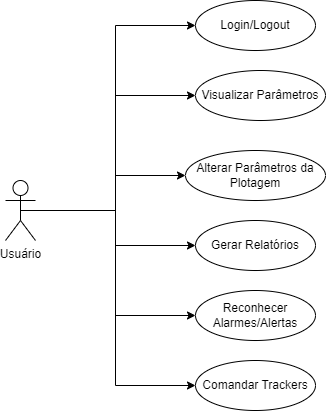
jaedson-barbosa/supervisorio-solar-ufpb-docs keeps this draw.io diagram as Imagem/Diagrama _caso_uso.png. Above is the earlier version. Source tidied: cells renumbered, new cells last; positions are measured from the earlier drawing's top-left corner, leaving out a move shared by most shapes.
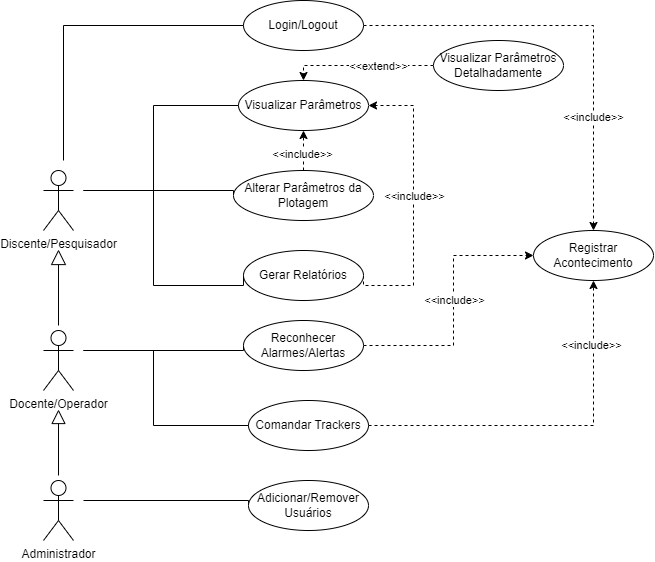
Above is the later version.

What changed in the source:
```diff
@@ -2,54 +2,168 @@
   <root>
     <mxCell id="0" />
     <mxCell id="1" parent="0" />
+    <mxCell id="15" style="edgeStyle=orthogonalEdgeStyle;rounded=0;jettySize=auto;html=1;exitX=1;exitY=0.5;exitDx=0;exitDy=0;entryX=0.5;entryY=0;entryDx=0;entryDy=0;dashed=1;" parent="1" edge="1" source="2" target="37">
+      <mxGeometry relative="1" as="geometry" />
+    </mxCell>
+    <mxCell id="16" value="&amp;lt;&amp;lt;include&amp;gt;&amp;gt;" style="edgeLabel;html=1;align=center;verticalAlign=middle;" parent="15" vertex="1">
+      <mxGeometry x="0.66" y="-3" relative="1" as="geometry">
+        <mxPoint x="3" y="-39" as="offset" />
+      </mxGeometry>
+    </mxCell>
     <mxCell id="2" value="Login/Logout" style="ellipse;whiteSpace=wrap;html=1;" parent="1" vertex="1">
-      <mxGeometry x="190" width="120" height="50" as="geometry" />
+      <mxGeometry x="190" y="-10" width="120" height="50" as="geometry" />
     </mxCell>
     <mxCell id="3" value="Visualizar Parâmetros" style="ellipse;whiteSpace=wrap;html=1;" parent="1" vertex="1">
-      <mxGeometry x="190" y="70" width="130" height="50" as="geometry" />
+      <mxGeometry x="185" y="70" width="130" height="50" as="geometry" />
     </mxCell>
+    <mxCell id="17" style="edgeStyle=orthogonalEdgeStyle;rounded=0;jettySize=auto;html=1;dashed=1;" parent="1" edge="1" source="4" target="3">
+      <mxGeometry relative="1" as="geometry" />
+    </mxCell>
+    <mxCell id="18" value="&amp;lt;&amp;lt;include&amp;gt;&amp;gt;" style="edgeLabel;html=1;align=center;verticalAlign=middle;" parent="17" vertex="1">
+      <mxGeometry x="-0.17" y="1" relative="1" as="geometry" />
+    </mxCell>
     <mxCell id="4" value="Alterar Parâmetros da Plotagem" style="ellipse;whiteSpace=wrap;html=1;" parent="1" vertex="1">
-      <mxGeometry x="180" y="150" width="140" height="50" as="geometry" />
+      <mxGeometry x="180" y="160" width="140" height="50" as="geometry" />
     </mxCell>
+    <mxCell id="19" style="edgeStyle=orthogonalEdgeStyle;rounded=0;jettySize=auto;html=1;exitX=1;exitY=0.5;exitDx=0;exitDy=0;entryX=1;entryY=0.5;entryDx=0;entryDy=0;dashed=1;" parent="1" edge="1" source="5" target="3">
+      <mxGeometry relative="1" as="geometry">
+        <Array as="points">
+          <mxPoint x="360" y="275" />
+          <mxPoint x="360" y="95" />
+        </Array>
+      </mxGeometry>
+    </mxCell>
+    <mxCell id="20" value="&amp;lt;&amp;lt;include&amp;gt;&amp;gt;" style="edgeLabel;html=1;align=center;verticalAlign=middle;" parent="19" vertex="1">
+      <mxGeometry x="-0.07" y="-1" relative="1" as="geometry">
+        <mxPoint y="-17" as="offset" />
+      </mxGeometry>
+    </mxCell>
     <mxCell id="5" value="Gerar Relatórios" style="ellipse;whiteSpace=wrap;html=1;" parent="1" vertex="1">
-      <mxGeometry x="190" y="220" width="120" height="50" as="geometry" />
+      <mxGeometry x="190" y="240" width="120" height="50" as="geometry" />
     </mxCell>
+    <mxCell id="21" style="edgeStyle=orthogonalEdgeStyle;rounded=0;jettySize=auto;html=1;exitX=1;exitY=0.5;exitDx=0;exitDy=0;dashed=1;" parent="1" edge="1" source="6" target="37">
+      <mxGeometry relative="1" as="geometry">
+        <Array as="points">
+          <mxPoint x="400" y="335" />
+          <mxPoint x="400" y="245" />
+        </Array>
+      </mxGeometry>
+    </mxCell>
+    <mxCell id="22" value="&amp;lt;&amp;lt;include&amp;gt;&amp;gt;" style="edgeLabel;html=1;align=center;verticalAlign=middle;" parent="21" vertex="1">
+      <mxGeometry x="0.75" y="3" relative="1" as="geometry">
+        <mxPoint x="-47" y="48" as="offset" />
+      </mxGeometry>
+    </mxCell>
     <mxCell id="6" value="Reconhecer Alarmes/Alertas" style="ellipse;whiteSpace=wrap;html=1;" parent="1" vertex="1">
-      <mxGeometry x="190" y="290" width="120" height="50" as="geometry" />
+      <mxGeometry x="190" y="310" width="120" height="50" as="geometry" />
     </mxCell>
+    <mxCell id="23" style="edgeStyle=orthogonalEdgeStyle;rounded=0;jettySize=auto;html=1;exitX=1;exitY=0.5;exitDx=0;exitDy=0;entryX=0.5;entryY=1;entryDx=0;entryDy=0;dashed=1;" parent="1" edge="1" source="7" target="37">
+      <mxGeometry relative="1" as="geometry">
+        <Array as="points">
+          <mxPoint x="540" y="415" />
+        </Array>
+      </mxGeometry>
+    </mxCell>
+    <mxCell id="24" value="&amp;lt;&amp;lt;include&amp;gt;&amp;gt;" style="edgeLabel;html=1;align=center;verticalAlign=middle;" parent="23" vertex="1">
+      <mxGeometry x="0.51" y="2" relative="1" as="geometry">
+        <mxPoint y="-26" as="offset" />
+      </mxGeometry>
+    </mxCell>
     <mxCell id="7" value="Comandar Trackers" style="ellipse;whiteSpace=wrap;html=1;" parent="1" vertex="1">
-      <mxGeometry x="190" y="360" width="120" height="50" as="geometry" />
+      <mxGeometry x="195" y="390" width="120" height="50" as="geometry" />
     </mxCell>
-    <mxCell id="8" style="edgeStyle=orthogonalEdgeStyle;rounded=0;jettySize=auto;html=1;entryX=0;entryY=0.5;entryDx=0;entryDy=0;exitX=0.5;exitY=0.5;exitDx=0;exitDy=0;exitPerimeter=0;" parent="1" edge="1" source="14" target="2">
-      <mxGeometry relative="1" as="geometry">
-        <Array as="points">
-          <mxPoint x="110" y="210" />
-          <mxPoint x="110" y="25" />
-        </Array>
-      </mxGeometry>
-    </mxCell>
-    <mxCell id="9" style="edgeStyle=orthogonalEdgeStyle;rounded=0;jettySize=auto;html=1;exitX=0.5;exitY=0.5;exitDx=0;exitDy=0;exitPerimeter=0;entryX=0;entryY=0.5;entryDx=0;entryDy=0;" parent="1" edge="1" source="14" target="3">
-      <mxGeometry relative="1" as="geometry" />
-    </mxCell>
-    <mxCell id="10" style="edgeStyle=orthogonalEdgeStyle;rounded=0;jettySize=auto;html=1;exitX=0.5;exitY=0.5;exitDx=0;exitDy=0;exitPerimeter=0;entryX=0;entryY=0.5;entryDx=0;entryDy=0;" parent="1" edge="1" source="14" target="4">
-      <mxGeometry relative="1" as="geometry">
-        <Array as="points">
-          <mxPoint x="110" y="210" />
-          <mxPoint x="110" y="175" />
-        </Array>
-      </mxGeometry>
-    </mxCell>
-    <mxCell id="11" style="edgeStyle=orthogonalEdgeStyle;rounded=0;jettySize=auto;html=1;exitX=0.5;exitY=0.5;exitDx=0;exitDy=0;exitPerimeter=0;entryX=0;entryY=0.5;entryDx=0;entryDy=0;" parent="1" edge="1" source="14" target="5">
-      <mxGeometry relative="1" as="geometry" />
-    </mxCell>
-    <mxCell id="12" style="edgeStyle=orthogonalEdgeStyle;rounded=0;jettySize=auto;html=1;exitX=0.5;exitY=0.5;exitDx=0;exitDy=0;exitPerimeter=0;entryX=0;entryY=0.5;entryDx=0;entryDy=0;" parent="1" edge="1" source="14" target="6">
-      <mxGeometry relative="1" as="geometry" />
-    </mxCell>
-    <mxCell id="13" style="edgeStyle=orthogonalEdgeStyle;rounded=0;jettySize=auto;html=1;exitX=0.5;exitY=0.5;exitDx=0;exitDy=0;exitPerimeter=0;entryX=0;entryY=0.5;entryDx=0;entryDy=0;" parent="1" edge="1" source="14" target="7">
-      <mxGeometry relative="1" as="geometry" />
-    </mxCell>
+    <mxCell id="25" style="edgeStyle=orthogonalEdgeStyle;rounded=0;jettySize=auto;html=1;entryX=0;entryY=0.5;entryDx=0;entryDy=0;endArrow=none;endFill=0;" parent="1" edge="1" target="2">
+      <mxGeometry relative="1" as="geometry">
+        <mxPoint x="10" y="150" as="sourcePoint" />
+        <Array as="points">
+          <mxPoint x="10" y="15" />
+        </Array>
+      </mxGeometry>
+    </mxCell>
+    <mxCell id="26" style="edgeStyle=orthogonalEdgeStyle;rounded=0;jettySize=auto;html=1;entryX=0;entryY=0.5;entryDx=0;entryDy=0;endArrow=none;endFill=0;" parent="1" edge="1" target="3">
+      <mxGeometry relative="1" as="geometry">
+        <mxPoint x="30" y="180" as="sourcePoint" />
+        <Array as="points">
+          <mxPoint x="100" y="180" />
+          <mxPoint x="100" y="95" />
+        </Array>
+      </mxGeometry>
+    </mxCell>
+    <mxCell id="27" style="edgeStyle=orthogonalEdgeStyle;rounded=0;jettySize=auto;html=1;entryX=0;entryY=0.5;entryDx=0;entryDy=0;endArrow=none;endFill=0;" parent="1" edge="1" target="4">
+      <mxGeometry relative="1" as="geometry">
+        <mxPoint x="30" y="180" as="sourcePoint" />
+        <Array as="points">
+          <mxPoint x="180" y="180" />
+        </Array>
+      </mxGeometry>
+    </mxCell>
+    <mxCell id="28" style="edgeStyle=orthogonalEdgeStyle;rounded=0;jettySize=auto;html=1;entryX=0;entryY=0.5;entryDx=0;entryDy=0;endArrow=none;endFill=0;" parent="1" edge="1" target="5">
+      <mxGeometry relative="1" as="geometry">
+        <mxPoint x="40" y="180" as="sourcePoint" />
+        <Array as="points">
+          <mxPoint x="100" y="180" />
+          <mxPoint x="100" y="275" />
+        </Array>
+      </mxGeometry>
+    </mxCell>
-    <mxCell id="14" value="Usuário" style="shape=umlActor;verticalLabelPosition=bottom;verticalAlign=top;html=1;outlineConnect=0;" parent="1" vertex="1">
-      <mxGeometry y="180" width="30" height="60" as="geometry" />
+    <mxCell id="14" value="Discente/Pesquisador&lt;br&gt;" style="shape=umlActor;verticalLabelPosition=bottom;verticalAlign=top;html=1;outlineConnect=0;" parent="1" vertex="1">
+      <mxGeometry x="-10" y="160" width="30" height="60" as="geometry" />
     </mxCell>
+    <mxCell id="29" style="edgeStyle=orthogonalEdgeStyle;rounded=0;jettySize=auto;html=1;endArrow=block;endFill=0;endSize=12;targetPerimeterSpacing=19;sourcePerimeterSpacing=5;" parent="1" edge="1" source="31" target="35">
+      <mxGeometry relative="1" as="geometry" />
+    </mxCell>
+    <mxCell id="30" style="edgeStyle=orthogonalEdgeStyle;rounded=0;jettySize=auto;html=1;entryX=0;entryY=0.5;entryDx=0;entryDy=0;endArrow=none;endFill=0;sourcePerimeterSpacing=11;startSize=11;targetPerimeterSpacing=1;endSize=4;" parent="1" edge="1" target="36">
+      <mxGeometry relative="1" as="geometry">
+        <mxPoint x="30" y="490" as="sourcePoint" />
+        <Array as="points">
+          <mxPoint x="195" y="490" />
+        </Array>
+      </mxGeometry>
+    </mxCell>
+    <mxCell id="31" value="Administrador&lt;br&gt;" style="shape=umlActor;verticalLabelPosition=bottom;verticalAlign=top;html=1;outlineConnect=0;" parent="1" vertex="1">
+      <mxGeometry x="-10" y="470" width="30" height="60" as="geometry" />
+    </mxCell>
+    <mxCell id="32" style="edgeStyle=orthogonalEdgeStyle;rounded=0;jettySize=auto;html=1;entryX=0;entryY=0.5;entryDx=0;entryDy=0;endArrow=none;endFill=0;" parent="1" edge="1" target="6">
+      <mxGeometry relative="1" as="geometry">
+        <mxPoint x="30" y="340" as="sourcePoint" />
+        <Array as="points">
+          <mxPoint x="190" y="340" />
+        </Array>
+      </mxGeometry>
+    </mxCell>
+    <mxCell id="33" style="edgeStyle=orthogonalEdgeStyle;rounded=0;jettySize=auto;html=1;entryX=0;entryY=0.5;entryDx=0;entryDy=0;endArrow=none;endFill=0;" parent="1" edge="1" target="7">
+      <mxGeometry relative="1" as="geometry">
+        <mxPoint x="30" y="340" as="sourcePoint" />
+        <Array as="points">
+          <mxPoint x="100" y="340" />
+          <mxPoint x="100" y="415" />
+        </Array>
+      </mxGeometry>
+    </mxCell>
+    <mxCell id="34" style="edgeStyle=orthogonalEdgeStyle;rounded=0;jettySize=auto;html=1;endArrow=block;endFill=0;targetPerimeterSpacing=19;endSize=13;sourcePerimeterSpacing=5;" parent="1" edge="1" source="35" target="14">
+      <mxGeometry relative="1" as="geometry" />
+    </mxCell>
+    <mxCell id="35" value="Docente/Operador&lt;br&gt;" style="shape=umlActor;verticalLabelPosition=bottom;verticalAlign=top;html=1;outlineConnect=0;" parent="1" vertex="1">
+      <mxGeometry x="-10" y="320" width="30" height="60" as="geometry" />
+    </mxCell>
+    <mxCell id="36" value="Adicionar/Remover Usuários" style="ellipse;whiteSpace=wrap;html=1;" parent="1" vertex="1">
+      <mxGeometry x="195" y="470" width="120" height="50" as="geometry" />
+    </mxCell>
+    <mxCell id="37" value="Registrar Acontecimento" style="ellipse;whiteSpace=wrap;html=1;" parent="1" vertex="1">
+      <mxGeometry x="480" y="220" width="120" height="50" as="geometry" />
+    </mxCell>
+    <mxCell id="38" style="edgeStyle=orthogonalEdgeStyle;rounded=0;jettySize=auto;html=1;exitX=0;exitY=0.5;exitDx=0;exitDy=0;entryX=0.5;entryY=0;entryDx=0;entryDy=0;dashed=1;" parent="1" edge="1" source="40" target="3">
+      <mxGeometry relative="1" as="geometry">
+        <Array as="points">
+          <mxPoint x="250" y="55" />
+        </Array>
+      </mxGeometry>
+    </mxCell>
+    <mxCell id="39" value="&amp;lt;&amp;lt;extend&amp;gt;&amp;gt;" style="edgeLabel;html=1;align=center;verticalAlign=middle;" parent="38" vertex="1">
+      <mxGeometry x="-0.24" y="1" relative="1" as="geometry" />
+    </mxCell>
+    <mxCell id="40" value="Visualizar Parâmetros Detalhadamente" style="ellipse;whiteSpace=wrap;html=1;" parent="1" vertex="1">
+      <mxGeometry x="380" y="30" width="130" height="50" as="geometry" />
+    </mxCell>
   </root>
 </mxGraphModel>
```
